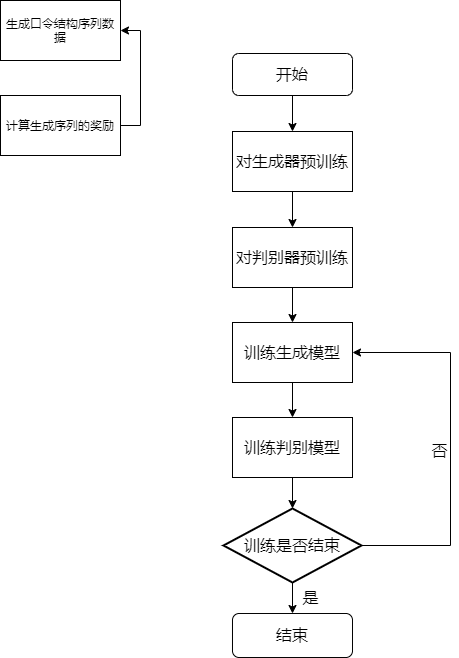
This is seagan-d.drawio.png from lakomi/pictures, a draw.io export, as it was before one commit. Source tidied: cells renumbered, new cells last; positions are measured from the earlier drawing's top-left corner, leaving out a move shared by most shapes.
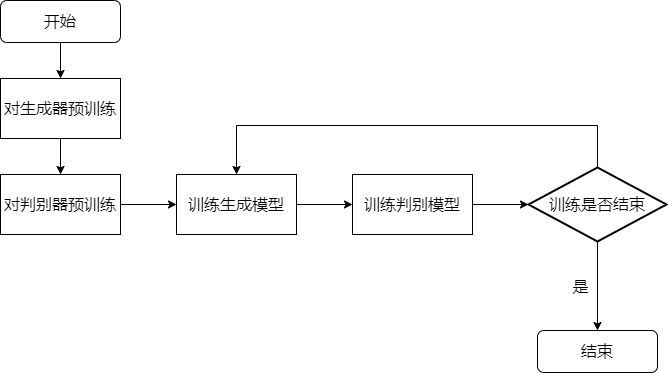
After the commit.

Diff of the diagram source:
```diff
@@ -14,55 +14,43 @@
     <mxCell id="5" value="开始" style="rounded=1;whiteSpace=wrap;html=1;fontSize=16;" parent="1" vertex="1">
       <mxGeometry x="232" y="53" width="120" height="42" as="geometry" />
     </mxCell>
-    <mxCell id="6" value="结束" style="rounded=1;whiteSpace=wrap;html=1;fontSize=16;" parent="1" vertex="1">
-      <mxGeometry x="232" y="613" width="120" height="44" as="geometry" />
-    </mxCell>
-    <mxCell id="7" style="edgeStyle=orthogonalEdgeStyle;rounded=0;jettySize=auto;html=1;exitX=0.5;exitY=1;exitDx=0;exitDy=0;fontSize=16;" parent="1" edge="1" source="8" target="13">
+    <mxCell id="7" style="edgeStyle=orthogonalEdgeStyle;rounded=0;jettySize=auto;html=1;exitX=1;exitY=0.5;exitDx=0;exitDy=0;fontSize=16;" parent="1" edge="1" source="8" target="13">
       <mxGeometry relative="1" as="geometry" />
     </mxCell>
     <mxCell id="8" value="对判别器预训练" style="rounded=0;whiteSpace=wrap;html=1;fontSize=16;" parent="1" vertex="1">
       <mxGeometry x="232" y="227" width="120" height="60" as="geometry" />
     </mxCell>
-    <mxCell id="9" value="生成口令结构序列数据" style="rounded=0;whiteSpace=wrap;html=1;" parent="1" vertex="1">
-      <mxGeometry width="120" height="60" as="geometry" />
-    </mxCell>
-    <mxCell id="10" style="edgeStyle=orthogonalEdgeStyle;rounded=0;jettySize=auto;html=1;exitX=1;exitY=0.5;exitDx=0;exitDy=0;entryX=1;entryY=0.5;entryDx=0;entryDy=0;" parent="1" edge="1" source="11" target="9">
-      <mxGeometry relative="1" as="geometry" />
-    </mxCell>
-    <mxCell id="11" value="计算生成序列的奖励" style="rounded=0;whiteSpace=wrap;html=1;" parent="1" vertex="1">
-      <mxGeometry y="95" width="120" height="60" as="geometry" />
-    </mxCell>
-    <mxCell id="12" style="edgeStyle=orthogonalEdgeStyle;rounded=0;jettySize=auto;html=1;exitX=0.5;exitY=1;exitDx=0;exitDy=0;fontSize=16;" parent="1" edge="1" source="13" target="15">
+    <mxCell id="12" style="edgeStyle=orthogonalEdgeStyle;rounded=0;jettySize=auto;html=1;exitX=1;exitY=0.5;exitDx=0;exitDy=0;fontSize=16;" parent="1" edge="1" source="13" target="15">
       <mxGeometry relative="1" as="geometry" />
     </mxCell>
     <mxCell id="13" value="训练生成模型" style="rounded=0;whiteSpace=wrap;html=1;fontSize=16;" parent="1" vertex="1">
-      <mxGeometry x="232" y="322" width="120" height="60" as="geometry" />
+      <mxGeometry x="408" y="227" width="120" height="60" as="geometry" />
     </mxCell>
-    <mxCell id="14" style="edgeStyle=orthogonalEdgeStyle;rounded=0;jettySize=auto;html=1;exitX=0.5;exitY=1;exitDx=0;exitDy=0;entryX=0.5;entryY=0;entryDx=0;entryDy=0;entryPerimeter=0;fontSize=16;" parent="1" edge="1" source="15" target="18">
+    <mxCell id="14" style="edgeStyle=orthogonalEdgeStyle;rounded=0;jettySize=auto;html=1;exitX=1;exitY=0.5;exitDx=0;exitDy=0;fontSize=16;" parent="1" edge="1" source="15" target="18">
       <mxGeometry relative="1" as="geometry" />
     </mxCell>
     <mxCell id="15" value="训练判别模型" style="rounded=0;whiteSpace=wrap;html=1;fontSize=16;" parent="1" vertex="1">
-      <mxGeometry x="232" y="417" width="120" height="60" as="geometry" />
+      <mxGeometry x="584" y="227" width="120" height="60" as="geometry" />
     </mxCell>
-    <mxCell id="16" style="edgeStyle=orthogonalEdgeStyle;rounded=0;jettySize=auto;html=1;exitX=0.5;exitY=1;exitDx=0;exitDy=0;exitPerimeter=0;entryX=0.5;entryY=0;entryDx=0;entryDy=0;fontSize=16;" parent="1" edge="1" source="18" target="6">
+    <mxCell id="16" style="edgeStyle=orthogonalEdgeStyle;rounded=0;jettySize=auto;html=1;exitX=0.5;exitY=1;exitDx=0;exitDy=0;exitPerimeter=0;fontSize=16;" parent="1" edge="1" source="18" target="6">
       <mxGeometry relative="1" as="geometry" />
     </mxCell>
-    <mxCell id="17" style="edgeStyle=orthogonalEdgeStyle;rounded=0;jettySize=auto;html=1;exitX=1;exitY=0.5;exitDx=0;exitDy=0;exitPerimeter=0;entryX=1;entryY=0.5;entryDx=0;entryDy=0;fontSize=16;" parent="1" edge="1" source="18" target="13">
+    <mxCell id="17" style="edgeStyle=orthogonalEdgeStyle;rounded=0;jettySize=auto;html=1;exitX=0.5;exitY=0;exitDx=0;exitDy=0;exitPerimeter=0;entryX=0.5;entryY=0;entryDx=0;entryDy=0;fontSize=16;" parent="1" edge="1" source="18" target="13">
       <mxGeometry relative="1" as="geometry">
         <Array as="points">
-          <mxPoint x="450" y="545" />
-          <mxPoint x="450" y="352" />
+          <mxPoint x="829" y="178" />
+          <mxPoint x="468" y="178" />
         </Array>
       </mxGeometry>
     </mxCell>
     <mxCell id="18" value="训练是否结束" style="strokeWidth=2;html=1;shape=mxgraph.flowchart.decision;whiteSpace=wrap;fontSize=16;" parent="1" vertex="1">
-      <mxGeometry x="223" y="508" width="138" height="74" as="geometry" />
+      <mxGeometry x="760" y="220" width="138" height="74" as="geometry" />
     </mxCell>
+    <mxCell id="6" value="结束" style="rounded=1;whiteSpace=wrap;html=1;fontSize=16;" parent="1" vertex="1">
+      <mxGeometry x="769" y="383" width="120" height="42" as="geometry" />
+    </mxCell>
     <mxCell id="19" value="是" style="text;html=1;align=center;verticalAlign=middle;strokeColor=none;fillColor=none;fontSize=16;" parent="1" vertex="1">
-      <mxGeometry x="297" y="585" width="26" height="23" as="geometry" />
+      <mxGeometry x="799" y="327" width="26" height="23" as="geometry" />
     </mxCell>
-    <mxCell id="20" value="否" style="text;html=1;align=center;verticalAlign=middle;strokeColor=none;fillColor=none;fontSize=16;" parent="1" vertex="1">
-      <mxGeometry x="426" y="438" width="26" height="23" as="geometry" />
-    </mxCell>
   </root>
 </mxGraphModel>
```
